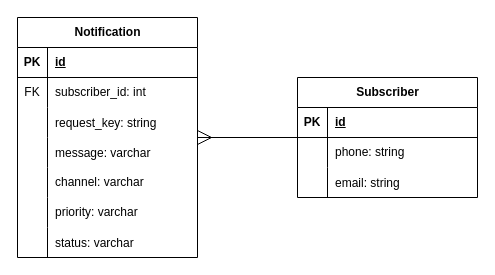
Before: page "Page-2" (2 of 2) of notification_service.drawio in kracer9/NotificationService, a draw.io diagram. Source tidied: cells renumbered, new cells numbered last; positions are measured from the earlier drawing's top-left corner, leaving out a move shared by most shapes. Both pictures are drawn from the tidied source at 100%, with x=0, y=0 at pixel (17, 17).
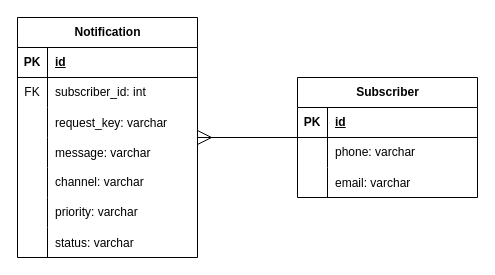
After the change.

Commit message (it also covers changes not shown here):
Поправил тип данных в информационной модели

The change refers to these unchanged cells:
```xml
<mxCell id="9" style="shape=tableRow;horizontal=0;startSize=0;swimlaneHead=0;swimlaneBody=0;fillColor=none;top=0;left=0;right=0;bottom=0;" parent="2" vertex="1">
  <mxGeometry y="90" width="180" height="30" as="geometry" />
</mxCell>
<mxCell id="29" style="shape=tableRow;horizontal=0;startSize=0;swimlaneHead=0;swimlaneBody=0;fillColor=none;top=0;left=0;right=0;bottom=0;" parent="25" vertex="1">
  <mxGeometry y="60" width="180" height="30" as="geometry" />
</mxCell>
<mxCell id="32" style="shape=tableRow;horizontal=0;startSize=0;swimlaneHead=0;swimlaneBody=0;fillColor=none;top=0;left=0;right=0;bottom=0;" parent="25" vertex="1">
  <mxGeometry y="90" width="180" height="30" as="geometry" />
</mxCell>
```

What changed in the source:
```diff
@@
-    <mxCell id="11" value="request_key: string" style="shape=partialRectangle;fillColor=none;top=0;left=0;bottom=0;right=0;align=left;spacingLeft=6;overflow=hidden;" parent="9" vertex="1">
+    <mxCell id="11" value="request_key: varchar" style="shape=partialRectangle;fillColor=none;top=0;left=0;bottom=0;right=0;align=left;spacingLeft=6;overflow=hidden;" parent="9" vertex="1">
       <mxGeometry x="30" width="150" height="30" as="geometry" />
     </mxCell>
@@
-    <mxCell id="31" value="phone: string" style="shape=partialRectangle;fillColor=none;top=0;left=0;bottom=0;right=0;align=left;spacingLeft=6;overflow=hidden;whiteSpace=wrap;html=1;" parent="29" vertex="1">
+    <mxCell id="31" value="phone: varchar" style="shape=partialRectangle;fillColor=none;top=0;left=0;bottom=0;right=0;align=left;spacingLeft=6;overflow=hidden;whiteSpace=wrap;html=1;" parent="29" vertex="1">
       <mxGeometry x="30" width="150" height="30" as="geometry" />
     </mxCell>
@@
-    <mxCell id="34" value="email: string" style="shape=partialRectangle;fillColor=none;top=0;left=0;bottom=0;right=0;align=left;spacingLeft=6;overflow=hidden;" parent="32" vertex="1">
+    <mxCell id="34" value="email: varchar" style="shape=partialRectangle;fillColor=none;top=0;left=0;bottom=0;right=0;align=left;spacingLeft=6;overflow=hidden;" parent="32" vertex="1">
       <mxGeometry x="30" width="150" height="30" as="geometry" />
     </mxCell>
```
